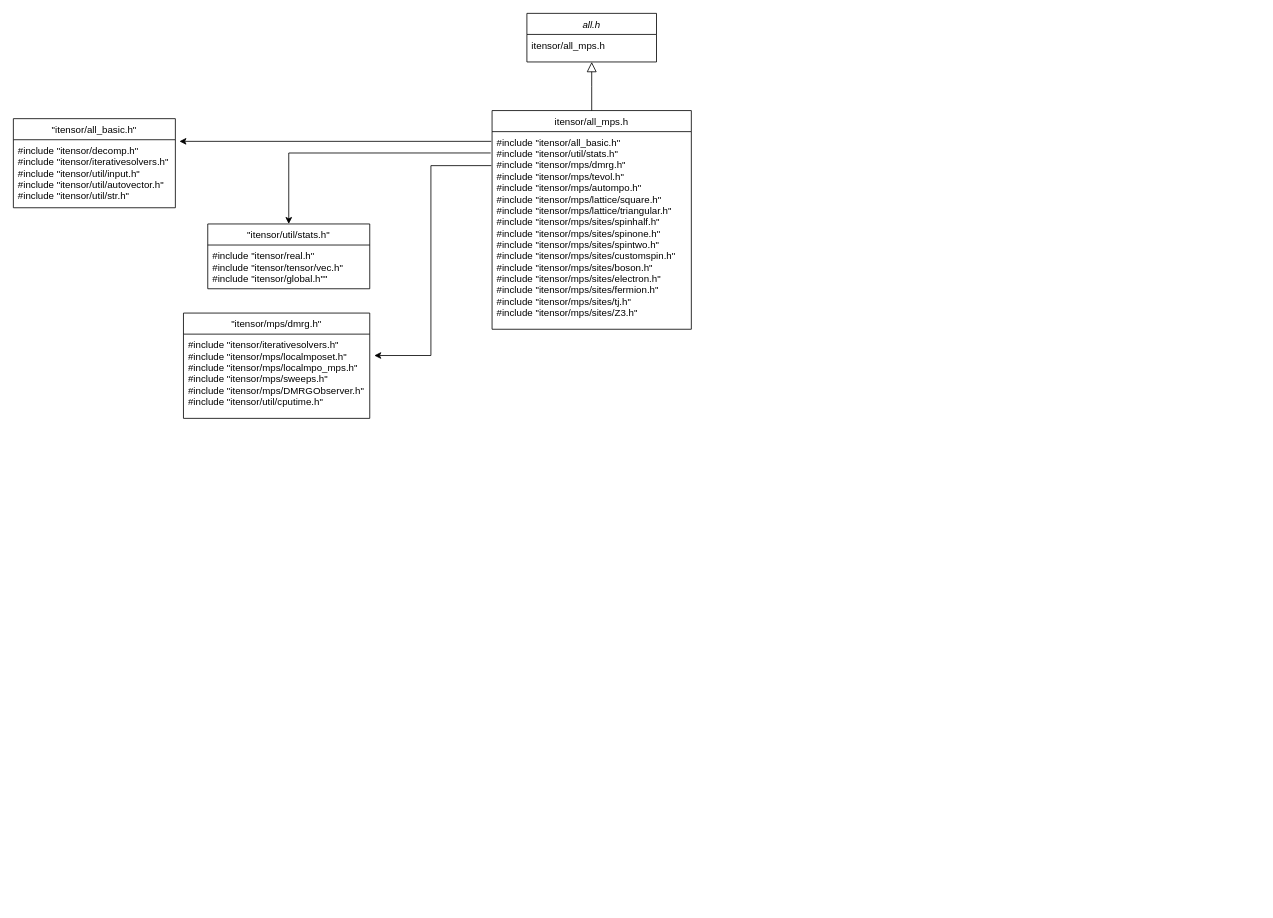
Before: Untitled Diagram.drawio in kbidzhiev/HardCoreBosons, a draw.io diagram. Source tidied: cells renumbered, new cells numbered last; positions are measured from the earlier drawing's top-left corner, leaving out a move shared by most shapes. Both pictures are drawn from the tidied source at 81%, with x=0, y=0 at pixel (13, 13).
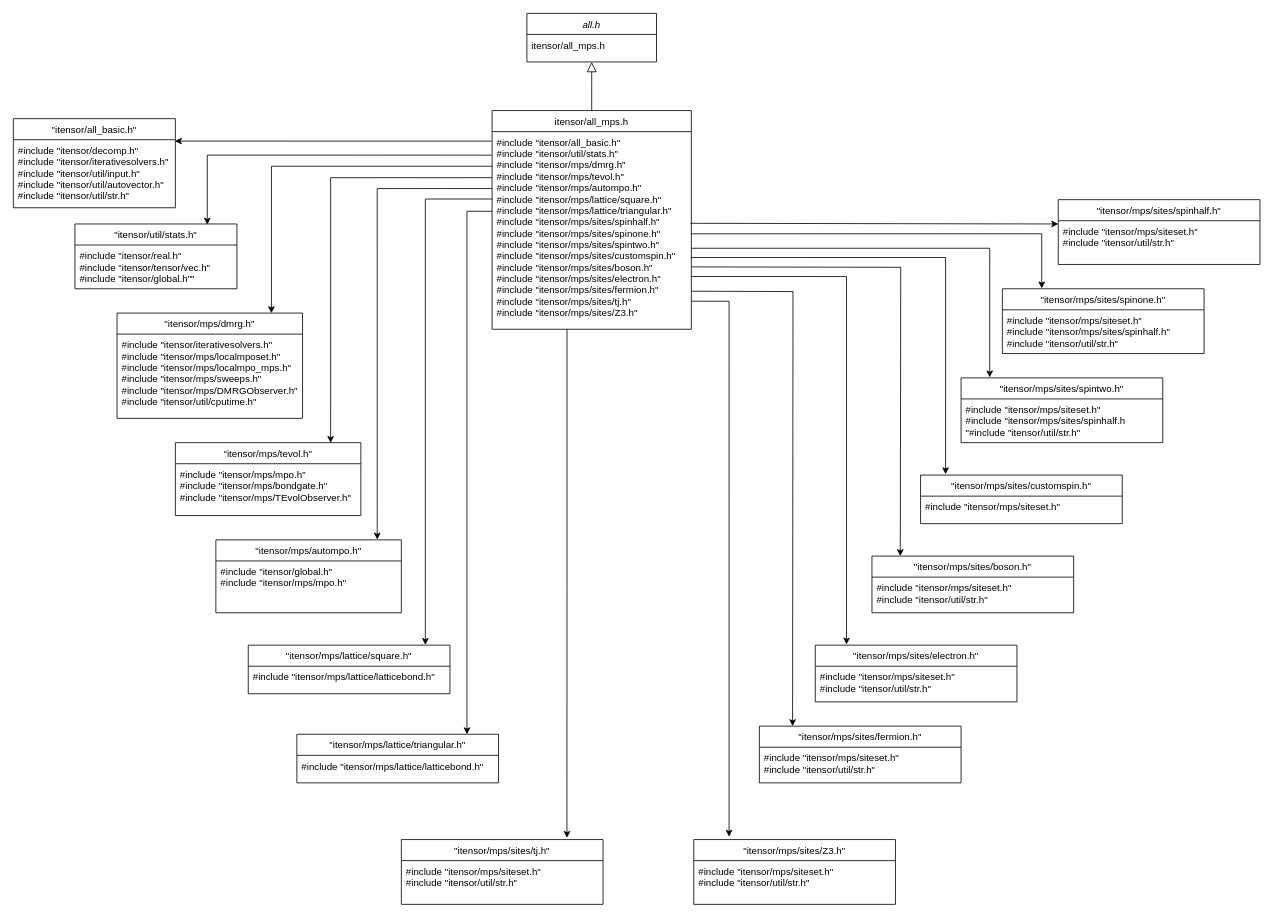
The same diagram, later.

The change refers to these unchanged cells:
```xml
<mxCell id="5" value="#include &quot;itensor/all_basic.h&quot;&#10;#include &quot;itensor/util/stats.h&quot;&#10;#include &quot;itensor/mps/dmrg.h&quot;&#10;#include &quot;itensor/mps/tevol.h&quot;&#10;#include &quot;itensor/mps/autompo.h&quot;&#10;#include &quot;itensor/mps/lattice/square.h&quot;&#10;#include &quot;itensor/mps/lattice/triangular.h&quot;&#10;#include &quot;itensor/mps/sites/spinhalf.h&quot;&#10;#include &quot;itensor/mps/sites/spinone.h&quot;&#10;#include &quot;itensor/mps/sites/spintwo.h&quot;&#10;#include &quot;itensor/mps/sites/customspin.h&quot;&#10;#include &quot;itensor/mps/sites/boson.h&quot;&#10;#include &quot;itensor/mps/sites/electron.h&quot;&#10;#include &quot;itensor/mps/sites/fermion.h&quot;&#10;#include &quot;itensor/mps/sites/tj.h&quot;&#10;#include &quot;itensor/mps/sites/Z3.h&quot;" style="text;align=left;verticalAlign=top;spacingLeft=4;spacingRight=4;overflow=hidden;points=[[0,0.5],[1,0.5]];portConstraint=eastwest;" parent="4" vertex="1">
  <mxGeometry y="26" width="246" height="244" as="geometry" />
</mxCell>
<mxCell id="8" value="#include &quot;itensor/decomp.h&quot;&#10;#include &quot;itensor/iterativesolvers.h&quot;&#10;#include &quot;itensor/util/input.h&quot;&#10;#include &quot;itensor/util/autovector.h&quot;&#10;#include &quot;itensor/util/str.h&quot;" style="text;align=left;verticalAlign=top;spacingLeft=4;spacingRight=4;overflow=hidden;points=[[0,0.5],[1,0.5]];portConstraint=eastwest;" parent="7" vertex="1">
  <mxGeometry y="26" width="200" height="84" as="geometry" />
</mxCell>
```

Diff of the diagram source:
```diff
@@
+    <mxCell id="16" style="edgeStyle=orthogonalEdgeStyle;rounded=0;jettySize=auto;html=1;entryX=0.821;entryY=-0.026;entryDx=0;entryDy=0;entryPerimeter=0;exitX=0.376;exitY=1;exitDx=0;exitDy=0;exitPerimeter=0;" parent="1" edge="1" source="5" target="47">
+      <mxGeometry relative="1" as="geometry" />
+    </mxCell>
@@
-    <mxCell id="9" style="edgeStyle=orthogonalEdgeStyle;rounded=0;jettySize=auto;html=1;exitX=-0.004;exitY=0.051;exitDx=0;exitDy=0;exitPerimeter=0;" parent="1" edge="1" source="5">
-      <mxGeometry relative="1" as="geometry">
-        <mxPoint x="205" y="158" as="targetPoint" />
-        <Array as="points">
-          <mxPoint x="205" y="158" />
-        </Array>
-      </mxGeometry>
+    <mxCell id="9" style="edgeStyle=orthogonalEdgeStyle;rounded=0;jettySize=auto;html=1;exitX=-0.001;exitY=0.048;exitDx=0;exitDy=0;exitPerimeter=0;entryX=0.997;entryY=0.02;entryDx=0;entryDy=0;entryPerimeter=0;" parent="1" edge="1" source="5" target="8">
+      <mxGeometry relative="1" as="geometry" />
     </mxCell>
     <mxCell id="10" value="&quot;itensor/util/stats.h&quot;" style="swimlane;fontStyle=0;align=center;verticalAlign=top;horizontal=1;startSize=26;rounded=0;shadow=0;strokeWidth=1;" parent="1" vertex="1">
-      <mxGeometry x="240" y="260" width="200" height="80" as="geometry" />
+      <mxGeometry x="76" y="260" width="200" height="80" as="geometry" />
     </mxCell>
@@
-    <mxCell id="12" style="edgeStyle=orthogonalEdgeStyle;rounded=0;jettySize=auto;html=1;exitX=-0.007;exitY=0.108;exitDx=0;exitDy=0;entryX=0.5;entryY=0;entryDx=0;entryDy=0;exitPerimeter=0;" parent="1" edge="1" source="5" target="10">
-      <mxGeometry relative="1" as="geometry" />
+    <mxCell id="12" style="edgeStyle=orthogonalEdgeStyle;rounded=0;jettySize=auto;html=1;entryX=0.887;entryY=0.011;entryDx=0;entryDy=0;entryPerimeter=0;exitX=-0.002;exitY=0.119;exitDx=0;exitDy=0;exitPerimeter=0;" parent="1" edge="1" source="5">
+      <mxGeometry relative="1" as="geometry">
+        <mxPoint x="239.4" y="260.9" as="targetPoint" />
+        <Array as="points">
+          <mxPoint x="239" y="175" />
+        </Array>
+      </mxGeometry>
     </mxCell>
     <mxCell id="13" value="&quot;itensor/mps/dmrg.h&quot;" style="swimlane;fontStyle=0;align=center;verticalAlign=top;horizontal=1;startSize=26;rounded=0;shadow=0;strokeWidth=1;" parent="1" vertex="1">
-      <mxGeometry x="210" y="370" width="230" height="130" as="geometry" />
+      <mxGeometry x="128" y="370" width="229" height="130" as="geometry" />
     </mxCell>
     <mxCell id="14" value="#include &quot;itensor/iterativesolvers.h&quot;&#10;#include &quot;itensor/mps/localmposet.h&quot;&#10;#include &quot;itensor/mps/localmpo_mps.h&quot;&#10;#include &quot;itensor/mps/sweeps.h&quot;&#10;#include &quot;itensor/mps/DMRGObserver.h&quot;&#10;#include &quot;itensor/util/cputime.h&quot;" style="text;align=left;verticalAlign=top;spacingLeft=4;spacingRight=4;overflow=hidden;points=[[0,0.5],[1,0.5]];portConstraint=eastwest;" parent="13" vertex="1">
-      <mxGeometry y="26" width="230" height="104" as="geometry" />
+      <mxGeometry y="26" width="229" height="104" as="geometry" />
     </mxCell>
-    <mxCell id="15" style="edgeStyle=orthogonalEdgeStyle;rounded=0;jettySize=auto;html=1;exitX=-0.004;exitY=0.172;exitDx=0;exitDy=0;entryX=1.024;entryY=0.254;entryDx=0;entryDy=0;entryPerimeter=0;exitPerimeter=0;" parent="1" edge="1" source="5" target="14">
-      <mxGeometry relative="1" as="geometry" />
+    <mxCell id="15" style="edgeStyle=orthogonalEdgeStyle;rounded=0;jettySize=auto;html=1;entryX=0.894;entryY=0.001;entryDx=0;entryDy=0;entryPerimeter=0;exitX=0.002;exitY=0.175;exitDx=0;exitDy=0;exitPerimeter=0;" parent="1" edge="1" source="5">
+      <mxGeometry relative="1" as="geometry">
+        <mxPoint x="318.6" y="370.1" as="targetPoint" />
+        <Array as="points">
+          <mxPoint x="319" y="189" />
+        </Array>
+      </mxGeometry>
     </mxCell>
+    <mxCell id="17" value="&quot;itensor/mps/tevol.h&quot;" style="swimlane;fontStyle=0;align=center;verticalAlign=top;horizontal=1;startSize=26;rounded=0;shadow=0;strokeWidth=1;" parent="1" vertex="1">
+      <mxGeometry x="200" y="530" width="229" height="90" as="geometry" />
+    </mxCell>
+    <mxCell id="18" value="#include &quot;itensor/mps/mpo.h&quot;&#10;#include &quot;itensor/mps/bondgate.h&quot;&#10;#include &quot;itensor/mps/TEvolObserver.h&quot;" style="text;align=left;verticalAlign=top;spacingLeft=4;spacingRight=4;overflow=hidden;" parent="17" vertex="1">
+      <mxGeometry y="26" width="229" height="64" as="geometry" />
+    </mxCell>
+    <mxCell id="19" style="edgeStyle=orthogonalEdgeStyle;rounded=0;jettySize=auto;html=1;exitX=0;exitY=0.233;exitDx=0;exitDy=0;entryX=0.837;entryY=0.004;entryDx=0;entryDy=0;entryPerimeter=0;exitPerimeter=0;" parent="1" edge="1" source="5" target="17">
+      <mxGeometry relative="1" as="geometry" />
+    </mxCell>
+    <mxCell id="20" value="&quot;itensor/mps/autompo.h&quot;" style="swimlane;fontStyle=0;align=center;verticalAlign=top;horizontal=1;startSize=26;rounded=0;shadow=0;strokeWidth=1;" parent="1" vertex="1">
+      <mxGeometry x="250" y="650" width="229" height="90" as="geometry" />
+    </mxCell>
+    <mxCell id="21" value="#include &quot;itensor/global.h&quot;&#10;#include &quot;itensor/mps/mpo.h&quot;" style="text;align=left;verticalAlign=top;spacingLeft=4;spacingRight=4;overflow=hidden;" parent="20" vertex="1">
+      <mxGeometry y="26" width="229" height="64" as="geometry" />
+    </mxCell>
+    <mxCell id="22" style="edgeStyle=orthogonalEdgeStyle;rounded=0;jettySize=auto;html=1;entryX=0.87;entryY=-0.004;entryDx=0;entryDy=0;entryPerimeter=0;exitX=0;exitY=0.288;exitDx=0;exitDy=0;exitPerimeter=0;" parent="1" edge="1" source="5" target="20">
+      <mxGeometry relative="1" as="geometry" />
+    </mxCell>
+    <mxCell id="23" value="&quot;itensor/mps/lattice/square.h&quot;" style="swimlane;fontStyle=0;align=center;verticalAlign=top;horizontal=1;startSize=26;rounded=0;shadow=0;strokeWidth=1;" parent="1" vertex="1">
+      <mxGeometry x="290" y="780" width="249" height="60" as="geometry" />
+    </mxCell>
+    <mxCell id="24" value="#include &quot;itensor/mps/lattice/latticebond.h&quot;" style="text;align=left;verticalAlign=top;spacingLeft=4;spacingRight=4;overflow=hidden;" parent="1" vertex="1">
+      <mxGeometry x="290" y="806" width="249" height="34" as="geometry" />
+    </mxCell>
+    <mxCell id="25" style="edgeStyle=orthogonalEdgeStyle;rounded=0;jettySize=auto;html=1;exitX=0.001;exitY=0.341;exitDx=0;exitDy=0;entryX=0.878;entryY=-0.005;entryDx=0;entryDy=0;entryPerimeter=0;exitPerimeter=0;" parent="1" edge="1" source="5" target="23">
+      <mxGeometry relative="1" as="geometry" />
+    </mxCell>
+    <mxCell id="26" value="&quot;itensor/mps/lattice/triangular.h&quot;" style="swimlane;fontStyle=0;align=center;verticalAlign=top;horizontal=1;startSize=26;rounded=0;shadow=0;strokeWidth=1;" parent="1" vertex="1">
+      <mxGeometry x="350" y="890" width="249" height="60" as="geometry" />
+    </mxCell>
+    <mxCell id="27" value="#include &quot;itensor/mps/lattice/latticebond.h&quot;" style="text;align=left;verticalAlign=top;spacingLeft=4;spacingRight=4;overflow=hidden;" parent="1" vertex="1">
+      <mxGeometry x="350" y="916" width="249" height="34" as="geometry" />
+    </mxCell>
+    <mxCell id="28" style="edgeStyle=orthogonalEdgeStyle;rounded=0;jettySize=auto;html=1;exitX=0;exitY=0.403;exitDx=0;exitDy=0;exitPerimeter=0;" parent="1" edge="1" source="5">
+      <mxGeometry relative="1" as="geometry">
+        <mxPoint x="560" y="890" as="targetPoint" />
+        <Array as="points">
+          <mxPoint x="560" y="244" />
+          <mxPoint x="560" y="888" />
+        </Array>
+      </mxGeometry>
+    </mxCell>
+    <mxCell id="29" value="&quot;itensor/mps/sites/spinhalf.h&quot;" style="swimlane;fontStyle=0;align=center;verticalAlign=top;horizontal=1;startSize=26;rounded=0;shadow=0;strokeWidth=1;" parent="1" vertex="1">
+      <mxGeometry x="1290" y="230" width="249" height="80" as="geometry" />
+    </mxCell>
+    <mxCell id="30" value="#include &quot;itensor/mps/siteset.h&quot;&#10;#include &quot;itensor/util/str.h&quot;" style="text;align=left;verticalAlign=top;spacingLeft=4;spacingRight=4;overflow=hidden;" parent="1" vertex="1">
+      <mxGeometry x="1290" y="256" width="249" height="54" as="geometry" />
+    </mxCell>
+    <mxCell id="31" style="edgeStyle=orthogonalEdgeStyle;rounded=0;jettySize=auto;html=1;exitX=0.996;exitY=0.464;exitDx=0;exitDy=0;exitPerimeter=0;" parent="1" edge="1" source="5">
+      <mxGeometry relative="1" as="geometry">
+        <mxPoint x="1290" y="260" as="targetPoint" />
+        <Array as="points">
+          <mxPoint x="840" y="259" />
+        </Array>
+      </mxGeometry>
+    </mxCell>
+    <mxCell id="32" value="&quot;itensor/mps/sites/spinone.h&quot;" style="swimlane;fontStyle=0;align=center;verticalAlign=top;horizontal=1;startSize=26;rounded=0;shadow=0;strokeWidth=1;" parent="1" vertex="1">
+      <mxGeometry x="1221" y="340" width="249" height="80" as="geometry" />
+    </mxCell>
+    <mxCell id="33" value="#include &quot;itensor/mps/siteset.h&quot;&#10;#include &quot;itensor/mps/sites/spinhalf.h&quot;&#10;#include &quot;itensor/util/str.h&quot;" style="text;align=left;verticalAlign=top;spacingLeft=4;spacingRight=4;overflow=hidden;" parent="1" vertex="1">
+      <mxGeometry x="1221" y="366" width="249" height="54" as="geometry" />
+    </mxCell>
+    <mxCell id="34" style="edgeStyle=orthogonalEdgeStyle;rounded=0;jettySize=auto;html=1;exitX=0.998;exitY=0.517;exitDx=0;exitDy=0;entryX=0.195;entryY=-0.005;entryDx=0;entryDy=0;entryPerimeter=0;exitPerimeter=0;" parent="1" edge="1" source="5" target="32">
+      <mxGeometry relative="1" as="geometry" />
+    </mxCell>
+    <mxCell id="35" value="&quot;itensor/mps/sites/spintwo.h&quot;" style="swimlane;fontStyle=0;align=center;verticalAlign=top;horizontal=1;startSize=26;rounded=0;shadow=0;strokeWidth=1;" parent="1" vertex="1">
+      <mxGeometry x="1170" y="450" width="249" height="80" as="geometry" />
+    </mxCell>
+    <mxCell id="36" value="#include &quot;itensor/mps/siteset.h&quot;&#10;#include &quot;itensor/mps/sites/spinhalf.h&#10;&quot;#include &quot;itensor/util/str.h&quot;" style="text;align=left;verticalAlign=top;spacingLeft=4;spacingRight=4;overflow=hidden;" parent="1" vertex="1">
+      <mxGeometry x="1170" y="476" width="249" height="54" as="geometry" />
+    </mxCell>
+    <mxCell id="37" style="edgeStyle=orthogonalEdgeStyle;rounded=0;jettySize=auto;html=1;entryX=0.142;entryY=-0.007;entryDx=0;entryDy=0;entryPerimeter=0;" parent="1" edge="1" target="35">
+      <mxGeometry relative="1" as="geometry">
+        <mxPoint x="837" y="290" as="sourcePoint" />
+        <Array as="points">
+          <mxPoint x="837" y="290" />
+          <mxPoint x="1205" y="290" />
+        </Array>
+      </mxGeometry>
+    </mxCell>
+    <mxCell id="38" value="&quot;itensor/mps/sites/customspin.h&quot;" style="swimlane;fontStyle=0;align=center;verticalAlign=top;horizontal=1;startSize=26;rounded=0;shadow=0;strokeWidth=1;" parent="1" vertex="1">
+      <mxGeometry x="1120" y="570" width="249" height="60" as="geometry" />
+    </mxCell>
+    <mxCell id="39" value="#include &quot;itensor/mps/siteset.h&quot;" style="text;align=left;verticalAlign=top;spacingLeft=4;spacingRight=4;overflow=hidden;" parent="1" vertex="1">
+      <mxGeometry x="1120" y="596" width="249" height="34" as="geometry" />
+    </mxCell>
+    <mxCell id="40" style="edgeStyle=orthogonalEdgeStyle;rounded=0;jettySize=auto;html=1;entryX=0.124;entryY=-0.017;entryDx=0;entryDy=0;entryPerimeter=0;exitX=0.998;exitY=0.637;exitDx=0;exitDy=0;exitPerimeter=0;" parent="1" edge="1" source="5" target="38">
+      <mxGeometry relative="1" as="geometry" />
+    </mxCell>
+    <mxCell id="41" value="&quot;itensor/mps/sites/boson.h&quot;" style="swimlane;fontStyle=0;align=center;verticalAlign=top;horizontal=1;startSize=26;rounded=0;shadow=0;strokeWidth=1;" parent="1" vertex="1">
+      <mxGeometry x="1060" y="670" width="249" height="70" as="geometry" />
+    </mxCell>
+    <mxCell id="42" value="#include &quot;itensor/mps/siteset.h&quot;&#10;#include &quot;itensor/util/str.h&quot;" style="text;align=left;verticalAlign=top;spacingLeft=4;spacingRight=4;overflow=hidden;" parent="1" vertex="1">
+      <mxGeometry x="1060" y="696" width="249" height="44" as="geometry" />
+    </mxCell>
+    <mxCell id="43" value="&quot;itensor/mps/sites/electron.h&quot;" style="swimlane;fontStyle=0;align=center;verticalAlign=top;horizontal=1;startSize=26;rounded=0;shadow=0;strokeWidth=1;" parent="1" vertex="1">
+      <mxGeometry x="990" y="780" width="249" height="70" as="geometry" />
+    </mxCell>
+    <mxCell id="44" value="#include &quot;itensor/mps/siteset.h&quot;&#10;#include &quot;itensor/util/str.h&quot;" style="text;align=left;verticalAlign=top;spacingLeft=4;spacingRight=4;overflow=hidden;" parent="1" vertex="1">
+      <mxGeometry x="990" y="806" width="249" height="44" as="geometry" />
+    </mxCell>
+    <mxCell id="45" value="&quot;itensor/mps/sites/fermion.h&quot;" style="swimlane;fontStyle=0;align=center;verticalAlign=top;horizontal=1;startSize=26;rounded=0;shadow=0;strokeWidth=1;" parent="1" vertex="1">
+      <mxGeometry x="921" y="880" width="249" height="70" as="geometry" />
+    </mxCell>
+    <mxCell id="46" value="#include &quot;itensor/mps/siteset.h&quot;&#10;#include &quot;itensor/util/str.h&quot;" style="text;align=left;verticalAlign=top;spacingLeft=4;spacingRight=4;overflow=hidden;" parent="1" vertex="1">
+      <mxGeometry x="921" y="906" width="249" height="44" as="geometry" />
+    </mxCell>
+    <mxCell id="47" value="&quot;itensor/mps/sites/tj.h&quot;" style="swimlane;fontStyle=0;align=center;verticalAlign=top;horizontal=1;startSize=26;rounded=0;shadow=0;strokeWidth=1;" parent="1" vertex="1">
+      <mxGeometry x="479" y="1020" width="249" height="80" as="geometry" />
+    </mxCell>
+    <mxCell id="48" value="#include &quot;itensor/mps/siteset.h&quot;&#10;#include &quot;itensor/util/str.h&quot;" style="text;align=left;verticalAlign=top;spacingLeft=4;spacingRight=4;overflow=hidden;" parent="1" vertex="1">
+      <mxGeometry x="479" y="1046" width="249" height="44" as="geometry" />
+    </mxCell>
+    <mxCell id="49" value="&quot;itensor/mps/sites/Z3.h&quot;" style="swimlane;fontStyle=0;align=center;verticalAlign=top;horizontal=1;startSize=26;rounded=0;shadow=0;strokeWidth=1;" parent="1" vertex="1">
+      <mxGeometry x="840" y="1020" width="249" height="80" as="geometry" />
+    </mxCell>
+    <mxCell id="50" value="#include &quot;itensor/mps/siteset.h&quot;&#10;#include &quot;itensor/util/str.h&quot;" style="text;align=left;verticalAlign=top;spacingLeft=4;spacingRight=4;overflow=hidden;" parent="1" vertex="1">
+      <mxGeometry x="840" y="1046" width="249" height="44" as="geometry" />
+    </mxCell>
+    <mxCell id="51" style="edgeStyle=orthogonalEdgeStyle;rounded=0;orthogonalLoop=1;jettySize=auto;html=1;exitX=1;exitY=0.5;exitDx=0;exitDy=0;" parent="1" edge="1">
+      <mxGeometry relative="1" as="geometry">
+        <mxPoint x="837" y="313" as="sourcePoint" />
+        <mxPoint x="1095" y="670" as="targetPoint" />
+      </mxGeometry>
+    </mxCell>
+    <mxCell id="52" style="edgeStyle=orthogonalEdgeStyle;rounded=0;jettySize=auto;html=1;exitX=1;exitY=0.733;exitDx=0;exitDy=0;entryX=0.155;entryY=-0.011;entryDx=0;entryDy=0;entryPerimeter=0;exitPerimeter=0;" parent="1" edge="1" source="5" target="43">
+      <mxGeometry relative="1" as="geometry" />
+    </mxCell>
+    <mxCell id="53" style="edgeStyle=orthogonalEdgeStyle;rounded=0;orthogonalLoop=1;jettySize=auto;html=1;exitX=1;exitY=0.5;exitDx=0;exitDy=0;" parent="1" edge="1">
+      <mxGeometry relative="1" as="geometry">
+        <mxPoint x="837" y="343" as="sourcePoint" />
+        <mxPoint x="962" y="880" as="targetPoint" />
+      </mxGeometry>
+    </mxCell>
+    <mxCell id="54" style="edgeStyle=orthogonalEdgeStyle;rounded=0;jettySize=auto;html=1;exitX=1.001;exitY=0.858;exitDx=0;exitDy=0;entryX=0.175;entryY=-0.044;entryDx=0;entryDy=0;entryPerimeter=0;exitPerimeter=0;" parent="1" edge="1" source="5" target="49">
+      <mxGeometry relative="1" as="geometry" />
+    </mxCell>
```
